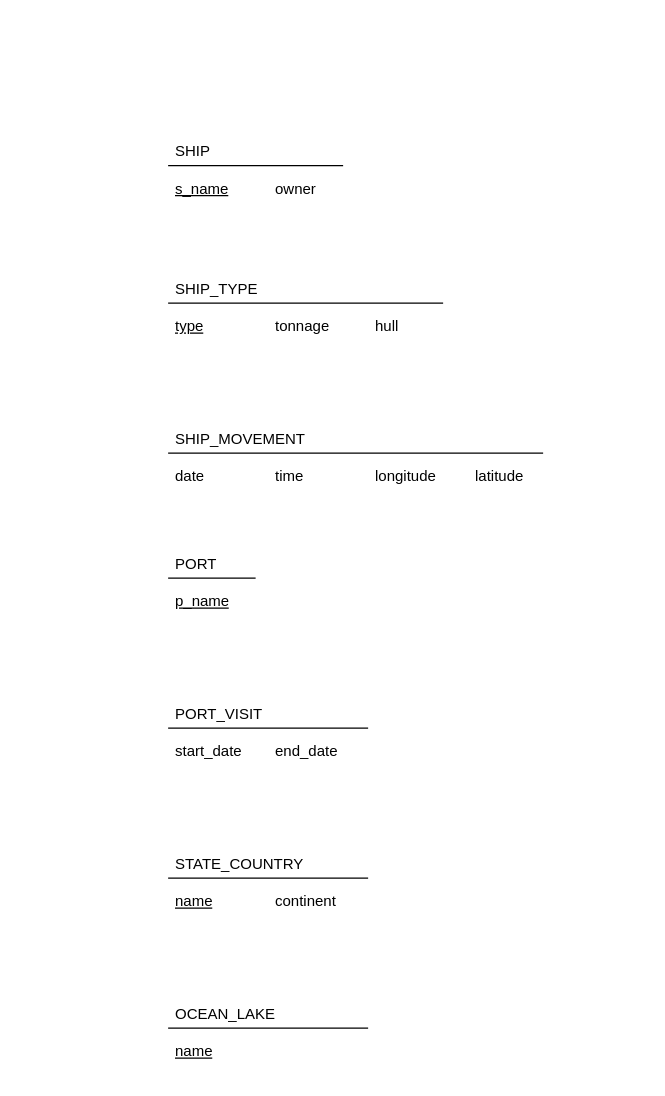
The draw.io diagram hw-9.drawio in AO-5002/hw9.4-db, before the edit. Source tidied: cells renumbered, new cells numbered last; positions are measured from the earlier drawing's top-left corner, leaving out a move shared by most shapes. Both pictures are drawn from the tidied source at 125%, with x=0, y=0 at pixel (168, 134).
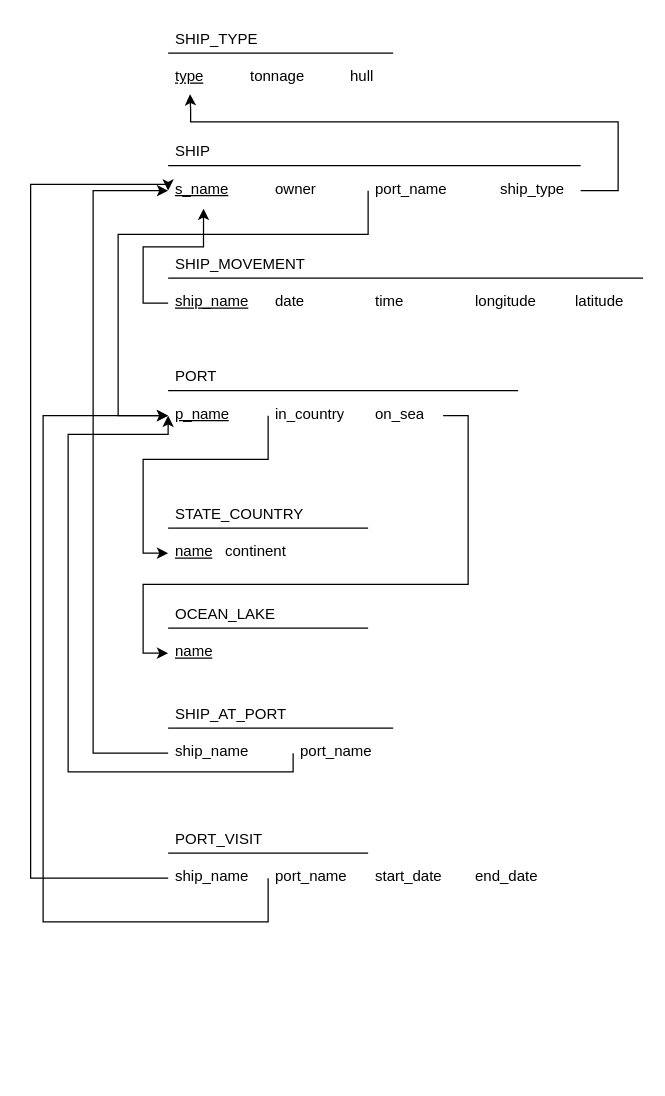
Above is the later version.

Commit message:
finalized v1 (maybe)

Unchanged cells that the change refers to:
```xml
<mxCell id="4" value="&lt;u&gt;s_name&lt;/u&gt;" style="text;strokeColor=none;fillColor=none;spacingLeft=4;spacingRight=4;overflow=hidden;points=[[0,0.5],[1,0.5]];portConstraint=eastwest;fontSize=12;whiteSpace=wrap;html=1;" parent="1" vertex="1">
  <mxGeometry y="30" width="80" height="30" as="geometry" />
</mxCell>
```

The edit, as a diff of the source:
```diff
@@
     <mxCell id="3" style="line;strokeWidth=1;dashed=0;labelPosition=right;align=left;verticalAlign=middle;spacingTop=0;spacingLeft=6;" parent="1" vertex="1">
-      <mxGeometry y="20" width="140" height="10" as="geometry" />
+      <mxGeometry y="20" width="330" height="10" as="geometry" />
     </mxCell>
@@
     <mxCell id="6" value="SHIP_TYPE" style="text;strokeColor=none;fillColor=none;spacingLeft=4;spacingRight=4;overflow=hidden;fontSize=12;whiteSpace=wrap;html=1;" parent="1" vertex="1">
-      <mxGeometry y="110" width="80" height="30" as="geometry" />
+      <mxGeometry y="-90" width="80" height="30" as="geometry" />
     </mxCell>
     <mxCell id="7" style="line;strokeWidth=1;dashed=0;labelPosition=right;align=left;verticalAlign=middle;spacingTop=0;spacingLeft=6;" parent="1" vertex="1">
-      <mxGeometry y="130" width="220" height="10" as="geometry" />
+      <mxGeometry y="-70" width="180" height="10" as="geometry" />
     </mxCell>
     <mxCell id="8" value="&lt;u&gt;type&lt;/u&gt;" style="text;strokeColor=none;fillColor=none;spacingLeft=4;spacingRight=4;overflow=hidden;points=[[0,0.5],[1,0.5]];portConstraint=eastwest;fontSize=12;whiteSpace=wrap;html=1;" parent="1" vertex="1">
-      <mxGeometry y="140" width="80" height="30" as="geometry" />
+      <mxGeometry y="-60" width="60" height="30" as="geometry" />
     </mxCell>
     <mxCell id="9" value="tonnage" style="text;strokeColor=none;fillColor=none;spacingLeft=4;spacingRight=4;overflow=hidden;fontSize=12;whiteSpace=wrap;html=1;" parent="1" vertex="1">
-      <mxGeometry x="80" y="140" width="80" height="30" as="geometry" />
+      <mxGeometry x="60" y="-60" width="80" height="30" as="geometry" />
     </mxCell>
     <mxCell id="10" value="hull" style="text;strokeColor=none;fillColor=none;spacingLeft=4;spacingRight=4;overflow=hidden;fontSize=12;whiteSpace=wrap;html=1;" parent="1" vertex="1">
-      <mxGeometry x="160" y="140" width="60" height="30" as="geometry" />
+      <mxGeometry x="140" y="-60" width="60" height="30" as="geometry" />
     </mxCell>
     <mxCell id="11" value="PORT" style="text;strokeColor=none;fillColor=none;spacingLeft=4;spacingRight=4;overflow=hidden;fontSize=12;whiteSpace=wrap;html=1;" parent="1" vertex="1">
-      <mxGeometry y="330" width="80" height="30" as="geometry" />
+      <mxGeometry y="180" width="280" height="30" as="geometry" />
     </mxCell>
     <mxCell id="12" style="line;strokeWidth=1;dashed=0;labelPosition=right;align=left;verticalAlign=middle;spacingTop=0;spacingLeft=6;" parent="1" vertex="1">
-      <mxGeometry y="350" width="70" height="10" as="geometry" />
+      <mxGeometry y="200" width="280" height="10" as="geometry" />
     </mxCell>
-    <mxCell id="13" value="&lt;u&gt;p_name&lt;/u&gt;" style="text;strokeColor=none;fillColor=none;spacingLeft=4;spacingRight=4;overflow=hidden;points=[[0,0.5],[1,0.5]];portConstraint=eastwest;fontSize=12;whiteSpace=wrap;html=1;" parent="1" vertex="1">
-      <mxGeometry y="360" width="80" height="30" as="geometry" />
-    </mxCell>
     <mxCell id="14" value="PORT_VISIT" style="text;strokeColor=none;fillColor=none;spacingLeft=4;spacingRight=4;overflow=hidden;fontSize=12;whiteSpace=wrap;html=1;" parent="1" vertex="1">
-      <mxGeometry y="450" width="80" height="30" as="geometry" />
+      <mxGeometry y="550" width="80" height="30" as="geometry" />
     </mxCell>
     <mxCell id="15" style="line;strokeWidth=1;dashed=0;labelPosition=right;align=left;verticalAlign=middle;spacingTop=0;spacingLeft=6;" parent="1" vertex="1">
-      <mxGeometry y="470" width="160" height="10" as="geometry" />
+      <mxGeometry y="570" width="160" height="10" as="geometry" />
     </mxCell>
+    <mxCell id="31" style="edgeStyle=orthogonalEdgeStyle;rounded=0;jettySize=auto;html=1;exitX=0;exitY=0.5;exitDx=0;exitDy=0;entryX=0;entryY=0.5;entryDx=0;entryDy=0;" parent="1" edge="1" source="16" target="13">
+      <mxGeometry relative="1" as="geometry">
+        <Array as="points">
+          <mxPoint x="80" y="630" />
+          <mxPoint x="-100" y="630" />
+          <mxPoint x="-100" y="225" />
+        </Array>
+      </mxGeometry>
+    </mxCell>
-    <mxCell id="16" value="start_date" style="text;strokeColor=none;fillColor=none;spacingLeft=4;spacingRight=4;overflow=hidden;points=[[0,0.5],[1,0.5]];portConstraint=eastwest;fontSize=12;whiteSpace=wrap;html=1;" parent="1" vertex="1">
-      <mxGeometry y="480" width="80" height="30" as="geometry" />
+    <mxCell id="16" value="port_name" style="text;strokeColor=none;fillColor=none;spacingLeft=4;spacingRight=4;overflow=hidden;points=[[0,0.5],[1,0.5]];portConstraint=eastwest;fontSize=12;whiteSpace=wrap;html=1;" parent="1" vertex="1">
+      <mxGeometry x="80" y="580" width="80" height="30" as="geometry" />
     </mxCell>
-    <mxCell id="17" value="end_date" style="text;strokeColor=none;fillColor=none;spacingLeft=4;spacingRight=4;overflow=hidden;fontSize=12;whiteSpace=wrap;html=1;" parent="1" vertex="1">
-      <mxGeometry x="80" y="480" width="80" height="30" as="geometry" />
+    <mxCell id="17" value="start_date" style="text;strokeColor=none;fillColor=none;spacingLeft=4;spacingRight=4;overflow=hidden;fontSize=12;whiteSpace=wrap;html=1;" parent="1" vertex="1">
+      <mxGeometry x="160" y="580" width="80" height="30" as="geometry" />
     </mxCell>
     <mxCell id="18" value="STATE_COUNTRY" style="text;strokeColor=none;fillColor=none;spacingLeft=4;spacingRight=4;overflow=hidden;fontSize=12;whiteSpace=wrap;html=1;" parent="1" vertex="1">
-      <mxGeometry y="570" width="120" height="30" as="geometry" />
+      <mxGeometry y="290" width="120" height="30" as="geometry" />
     </mxCell>
     <mxCell id="19" style="line;strokeWidth=1;dashed=0;labelPosition=right;align=left;verticalAlign=middle;spacingTop=0;spacingLeft=6;" parent="1" vertex="1">
-      <mxGeometry y="590" width="160" height="10" as="geometry" />
+      <mxGeometry y="310" width="160" height="10" as="geometry" />
     </mxCell>
     <mxCell id="20" value="&lt;u&gt;name&lt;/u&gt;" style="text;strokeColor=none;fillColor=none;spacingLeft=4;spacingRight=4;overflow=hidden;points=[[0,0.5],[1,0.5]];portConstraint=eastwest;fontSize=12;whiteSpace=wrap;html=1;" parent="1" vertex="1">
-      <mxGeometry y="600" width="80" height="30" as="geometry" />
+      <mxGeometry y="320" width="80" height="30" as="geometry" />
     </mxCell>
     <mxCell id="21" value="continent" style="text;strokeColor=none;fillColor=none;spacingLeft=4;spacingRight=4;overflow=hidden;fontSize=12;whiteSpace=wrap;html=1;" parent="1" vertex="1">
-      <mxGeometry x="80" y="600" width="80" height="30" as="geometry" />
+      <mxGeometry x="40" y="320" width="80" height="30" as="geometry" />
     </mxCell>
     <mxCell id="22" value="SHIP_MOVEMENT" style="text;strokeColor=none;fillColor=none;spacingLeft=4;spacingRight=4;overflow=hidden;fontSize=12;whiteSpace=wrap;html=1;" parent="1" vertex="1">
-      <mxGeometry y="230" width="120" height="30" as="geometry" />
+      <mxGeometry y="90" width="120" height="30" as="geometry" />
     </mxCell>
     <mxCell id="23" style="line;strokeWidth=1;dashed=0;labelPosition=right;align=left;verticalAlign=middle;spacingTop=0;spacingLeft=6;" parent="1" vertex="1">
-      <mxGeometry y="250" width="300" height="10" as="geometry" />
+      <mxGeometry y="110" width="380" height="10" as="geometry" />
     </mxCell>
     <mxCell id="24" value="date" style="text;strokeColor=none;fillColor=none;spacingLeft=4;spacingRight=4;overflow=hidden;fontSize=12;whiteSpace=wrap;html=1;" parent="1" vertex="1">
-      <mxGeometry y="260" width="80" height="30" as="geometry" />
+      <mxGeometry x="80" y="120" width="80" height="30" as="geometry" />
     </mxCell>
     <mxCell id="25" value="time" style="text;strokeColor=none;fillColor=none;spacingLeft=4;spacingRight=4;overflow=hidden;fontSize=12;whiteSpace=wrap;html=1;" parent="1" vertex="1">
-      <mxGeometry x="80" y="260" width="80" height="30" as="geometry" />
+      <mxGeometry x="160" y="120" width="80" height="30" as="geometry" />
     </mxCell>
     <mxCell id="26" value="latitude" style="text;strokeColor=none;fillColor=none;spacingLeft=4;spacingRight=4;overflow=hidden;fontSize=12;whiteSpace=wrap;html=1;" parent="1" vertex="1">
-      <mxGeometry x="240" y="260" width="60" height="30" as="geometry" />
+      <mxGeometry x="320" y="120" width="60" height="30" as="geometry" />
     </mxCell>
     <mxCell id="27" value="longitude" style="text;strokeColor=none;fillColor=none;spacingLeft=4;spacingRight=4;overflow=hidden;fontSize=12;whiteSpace=wrap;html=1;" parent="1" vertex="1">
-      <mxGeometry x="160" y="260" width="80" height="30" as="geometry" />
+      <mxGeometry x="240" y="120" width="80" height="30" as="geometry" />
     </mxCell>
     <mxCell id="28" value="OCEAN_LAKE" style="text;strokeColor=none;fillColor=none;spacingLeft=4;spacingRight=4;overflow=hidden;fontSize=12;whiteSpace=wrap;html=1;" parent="1" vertex="1">
-      <mxGeometry y="690" width="120" height="30" as="geometry" />
+      <mxGeometry y="370" width="120" height="30" as="geometry" />
     </mxCell>
     <mxCell id="29" style="line;strokeWidth=1;dashed=0;labelPosition=right;align=left;verticalAlign=middle;spacingTop=0;spacingLeft=6;" parent="1" vertex="1">
-      <mxGeometry y="710" width="160" height="10" as="geometry" />
+      <mxGeometry y="390" width="160" height="10" as="geometry" />
     </mxCell>
+    <mxCell id="32" value="&lt;u&gt;ship_name&lt;/u&gt;" style="text;strokeColor=none;fillColor=none;spacingLeft=4;spacingRight=4;overflow=hidden;points=[[0,0.5],[1,0.5]];portConstraint=eastwest;fontSize=12;whiteSpace=wrap;html=1;" parent="1" vertex="1">
+      <mxGeometry y="120" width="80" height="30" as="geometry" />
+    </mxCell>
+    <mxCell id="13" value="&lt;u&gt;p_name&lt;/u&gt;" style="text;strokeColor=none;fillColor=none;spacingLeft=4;spacingRight=4;overflow=hidden;points=[[0,0.5],[1,0.5]];portConstraint=eastwest;fontSize=12;whiteSpace=wrap;html=1;" parent="1" vertex="1">
+      <mxGeometry y="210" width="60" height="30" as="geometry" />
+    </mxCell>
     <mxCell id="30" value="&lt;u&gt;name&lt;/u&gt;" style="text;strokeColor=none;fillColor=none;spacingLeft=4;spacingRight=4;overflow=hidden;points=[[0,0.5],[1,0.5]];portConstraint=eastwest;fontSize=12;whiteSpace=wrap;html=1;" parent="1" vertex="1">
-      <mxGeometry y="720" width="80" height="30" as="geometry" />
+      <mxGeometry y="400" width="80" height="30" as="geometry" />
     </mxCell>
+    <mxCell id="33" style="edgeStyle=orthogonalEdgeStyle;rounded=0;jettySize=auto;html=1;exitX=0;exitY=0.5;exitDx=0;exitDy=0;entryX=0;entryY=0.5;entryDx=0;entryDy=0;" parent="1" edge="1" source="34" target="20">
+      <mxGeometry relative="1" as="geometry">
+        <Array as="points">
+          <mxPoint x="80" y="260" />
+          <mxPoint x="-20" y="260" />
+          <mxPoint x="-20" y="335" />
+        </Array>
+      </mxGeometry>
+    </mxCell>
+    <mxCell id="34" value="in_country" style="text;strokeColor=none;fillColor=none;spacingLeft=4;spacingRight=4;overflow=hidden;points=[[0,0.5],[1,0.5]];portConstraint=eastwest;fontSize=12;whiteSpace=wrap;html=1;" parent="1" vertex="1">
+      <mxGeometry x="80" y="210" width="80" height="30" as="geometry" />
+    </mxCell>
+    <mxCell id="35" style="edgeStyle=orthogonalEdgeStyle;rounded=0;jettySize=auto;html=1;exitX=1;exitY=0.5;exitDx=0;exitDy=0;entryX=0;entryY=0.5;entryDx=0;entryDy=0;" parent="1" edge="1" source="36" target="30">
+      <mxGeometry relative="1" as="geometry">
+        <Array as="points">
+          <mxPoint x="240" y="225" />
+          <mxPoint x="240" y="360" />
+          <mxPoint x="-20" y="360" />
+          <mxPoint x="-20" y="415" />
+        </Array>
+      </mxGeometry>
+    </mxCell>
+    <mxCell id="36" value="on_sea" style="text;strokeColor=none;fillColor=none;spacingLeft=4;spacingRight=4;overflow=hidden;points=[[0,0.5],[1,0.5]];portConstraint=eastwest;fontSize=12;whiteSpace=wrap;html=1;" parent="1" vertex="1">
+      <mxGeometry x="160" y="210" width="60" height="30" as="geometry" />
+    </mxCell>
+    <mxCell id="37" style="edgeStyle=orthogonalEdgeStyle;rounded=0;jettySize=auto;html=1;exitX=0;exitY=0.5;exitDx=0;exitDy=0;entryX=0.354;entryY=0.983;entryDx=0;entryDy=0;entryPerimeter=0;" parent="1" edge="1" source="32" target="4">
+      <mxGeometry relative="1" as="geometry" />
+    </mxCell>
+    <mxCell id="38" style="edgeStyle=orthogonalEdgeStyle;rounded=0;jettySize=auto;html=1;exitX=0;exitY=0.5;exitDx=0;exitDy=0;entryX=0;entryY=0.5;entryDx=0;entryDy=0;" parent="1" edge="1" source="39" target="13">
+      <mxGeometry relative="1" as="geometry">
+        <Array as="points">
+          <mxPoint x="160" y="80" />
+          <mxPoint x="-40" y="80" />
+          <mxPoint x="-40" y="225" />
+        </Array>
+      </mxGeometry>
+    </mxCell>
+    <mxCell id="39" value="port_name" style="text;strokeColor=none;fillColor=none;spacingLeft=4;spacingRight=4;overflow=hidden;points=[[0,0.5],[1,0.5]];portConstraint=eastwest;fontSize=12;whiteSpace=wrap;html=1;" parent="1" vertex="1">
+      <mxGeometry x="160" y="30" width="70" height="30" as="geometry" />
+    </mxCell>
+    <mxCell id="40" style="edgeStyle=orthogonalEdgeStyle;rounded=0;jettySize=auto;html=1;exitX=1;exitY=0.5;exitDx=0;exitDy=0;entryX=0.292;entryY=0.928;entryDx=0;entryDy=0;entryPerimeter=0;" parent="1" edge="1" source="41" target="8">
+      <mxGeometry relative="1" as="geometry">
+        <Array as="points">
+          <mxPoint x="360" y="45" />
+          <mxPoint x="360" y="-10" />
+          <mxPoint x="18" y="-10" />
+          <mxPoint x="18" y="-20" />
+        </Array>
+      </mxGeometry>
+    </mxCell>
+    <mxCell id="41" value="ship_type" style="text;strokeColor=none;fillColor=none;spacingLeft=4;spacingRight=4;overflow=hidden;points=[[0,0.5],[1,0.5]];portConstraint=eastwest;fontSize=12;whiteSpace=wrap;html=1;" parent="1" vertex="1">
+      <mxGeometry x="260" y="30" width="70" height="30" as="geometry" />
+    </mxCell>
+    <mxCell id="42" style="edgeStyle=orthogonalEdgeStyle;rounded=0;orthogonalLoop=1;jettySize=auto;html=1;exitX=1;exitY=0.5;exitDx=0;exitDy=0;" parent="1" edge="1" source="41" target="41">
+      <mxGeometry relative="1" as="geometry" />
+    </mxCell>
+    <mxCell id="43" value="SHIP_AT_PORT" style="text;strokeColor=none;fillColor=none;spacingLeft=4;spacingRight=4;overflow=hidden;fontSize=12;whiteSpace=wrap;html=1;" parent="1" vertex="1">
+      <mxGeometry y="450" width="110" height="30" as="geometry" />
+    </mxCell>
+    <mxCell id="44" style="line;strokeWidth=1;dashed=0;labelPosition=right;align=left;verticalAlign=middle;spacingTop=0;spacingLeft=6;" parent="1" vertex="1">
+      <mxGeometry y="470" width="180" height="10" as="geometry" />
+    </mxCell>
+    <mxCell id="45" style="edgeStyle=orthogonalEdgeStyle;rounded=0;jettySize=auto;html=1;exitX=0;exitY=0.5;exitDx=0;exitDy=0;entryX=0;entryY=0.5;entryDx=0;entryDy=0;" parent="1" edge="1" source="46" target="4">
+      <mxGeometry relative="1" as="geometry">
+        <Array as="points">
+          <mxPoint x="-60" y="495" />
+          <mxPoint x="-60" y="45" />
+        </Array>
+      </mxGeometry>
+    </mxCell>
+    <mxCell id="46" value="ship_name" style="text;strokeColor=none;fillColor=none;spacingLeft=4;spacingRight=4;overflow=hidden;points=[[0,0.5],[1,0.5]];portConstraint=eastwest;fontSize=12;whiteSpace=wrap;html=1;" parent="1" vertex="1">
+      <mxGeometry y="480" width="80" height="30" as="geometry" />
+    </mxCell>
+    <mxCell id="47" style="edgeStyle=orthogonalEdgeStyle;rounded=0;jettySize=auto;html=1;exitX=0;exitY=0.5;exitDx=0;exitDy=0;entryX=0;entryY=0.5;entryDx=0;entryDy=0;" parent="1" edge="1" source="48" target="13">
+      <mxGeometry relative="1" as="geometry">
+        <Array as="points">
+          <mxPoint x="100" y="510" />
+          <mxPoint x="-80" y="510" />
+          <mxPoint x="-80" y="240" />
+          <mxPoint y="240" />
+        </Array>
+      </mxGeometry>
+    </mxCell>
+    <mxCell id="48" value="port_name" style="text;strokeColor=none;fillColor=none;spacingLeft=4;spacingRight=4;overflow=hidden;points=[[0,0.5],[1,0.5]];portConstraint=eastwest;fontSize=12;whiteSpace=wrap;html=1;" parent="1" vertex="1">
+      <mxGeometry x="100" y="480" width="80" height="30" as="geometry" />
+    </mxCell>
+    <mxCell id="49" style="edgeStyle=orthogonalEdgeStyle;rounded=0;jettySize=auto;html=1;exitX=0;exitY=0.5;exitDx=0;exitDy=0;entryX=0;entryY=0.5;entryDx=0;entryDy=0;" parent="1" edge="1" source="50" target="4">
+      <mxGeometry relative="1" as="geometry">
+        <Array as="points">
+          <mxPoint x="-110" y="595" />
+          <mxPoint x="-110" y="40" />
+          <mxPoint y="40" />
+        </Array>
+      </mxGeometry>
+    </mxCell>
+    <mxCell id="50" value="ship_name" style="text;strokeColor=none;fillColor=none;spacingLeft=4;spacingRight=4;overflow=hidden;points=[[0,0.5],[1,0.5]];portConstraint=eastwest;fontSize=12;whiteSpace=wrap;html=1;" parent="1" vertex="1">
+      <mxGeometry y="580" width="80" height="30" as="geometry" />
+    </mxCell>
+    <mxCell id="51" value="end_date" style="text;strokeColor=none;fillColor=none;spacingLeft=4;spacingRight=4;overflow=hidden;fontSize=12;whiteSpace=wrap;html=1;" parent="1" vertex="1">
+      <mxGeometry x="240" y="580" width="80" height="30" as="geometry" />
+    </mxCell>
```
